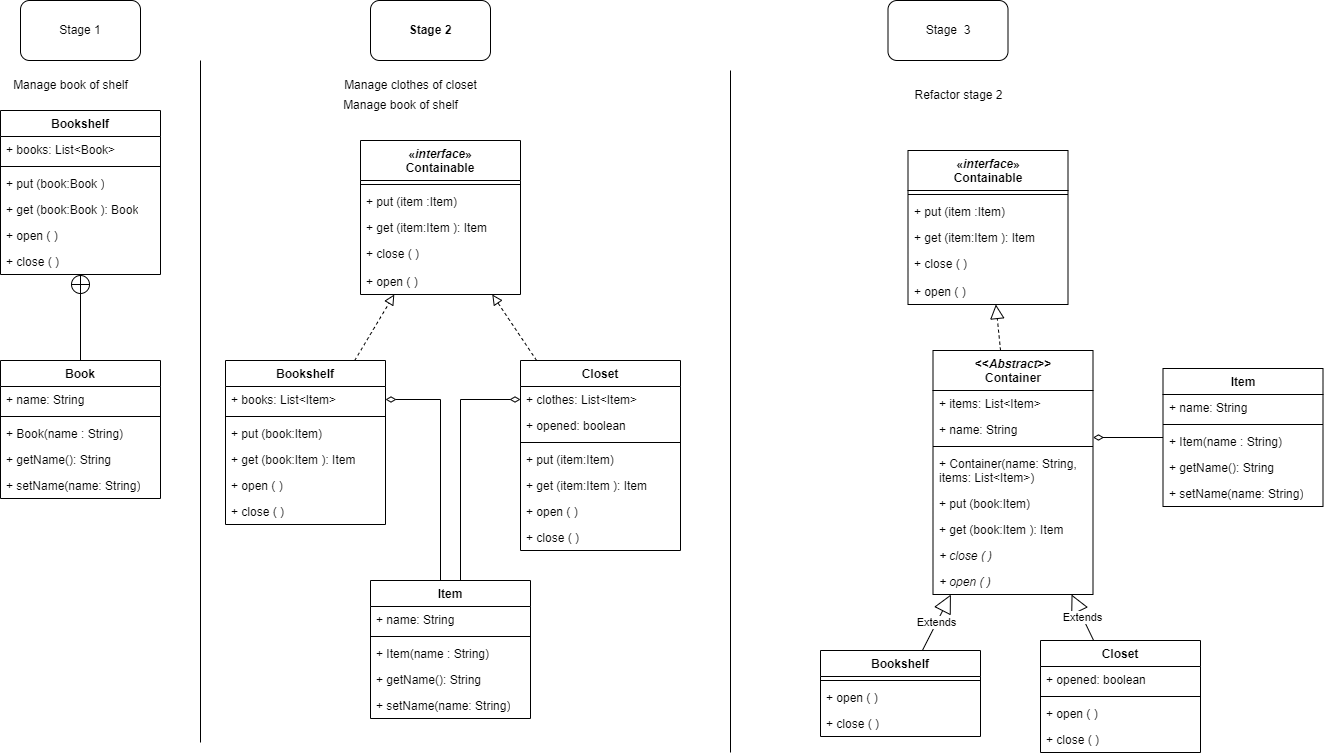
This is documents/images/skeletal_implementation.png from hazoe-dev/samples_effective_java, a draw.io export, as it was before one commit. Source tidied: cells renumbered, new cells last; positions are measured from the earlier drawing's top-left corner, leaving out a move shared by most shapes.
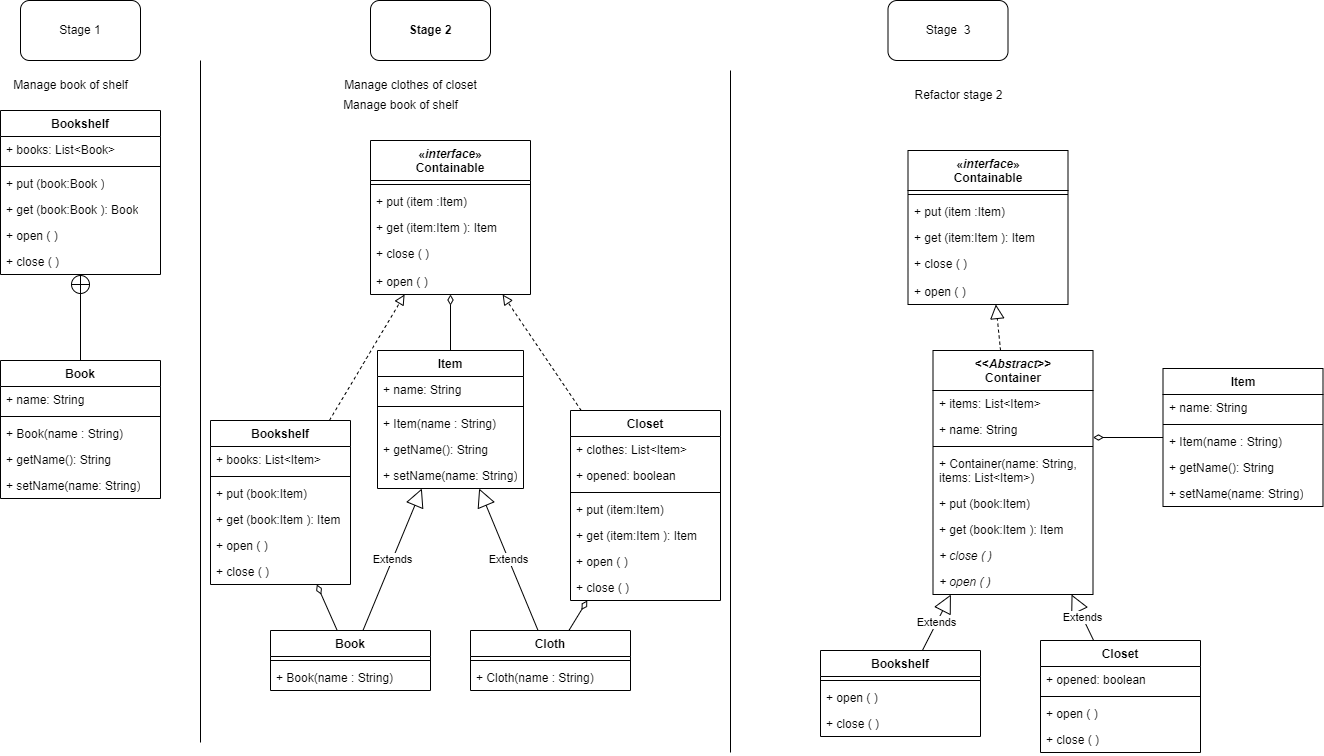
The same file after the commit.

Commit message:
Update diagram for skeletal_implementation.png with Item, Book and Cloth.

Change to the diagram source:
```diff
@@ -51,7 +51,7 @@
       <mxGeometry x="330" y="70" width="160" height="30" as="geometry" />
     </mxCell>
     <mxCell id="18" value="«&lt;i&gt;interface&lt;/i&gt;»&lt;br style=&quot;border-color: var(--border-color); font-weight: 400;&quot;&gt;Containable" style="swimlane;fontStyle=1;align=center;verticalAlign=top;horizontal=1;startSize=40;whiteSpace=wrap;html=1;" parent="1" vertex="1">
-      <mxGeometry x="360" y="140" width="160" height="154" as="geometry" />
+      <mxGeometry x="370" y="140" width="160" height="154" as="geometry" />
     </mxCell>
     <mxCell id="19" style="line;strokeWidth=1;fillColor=none;align=left;verticalAlign=middle;spacingTop=-1;spacingLeft=3;spacingRight=3;labelPosition=right;strokeColor=inherit;" parent="18" vertex="1">
       <mxGeometry y="40" width="160" height="8" as="geometry" />
@@ -69,87 +69,79 @@
       <mxGeometry y="128" width="160" height="26" as="geometry" />
     </mxCell>
     <mxCell id="24" value="Bookshelf" style="swimlane;fontStyle=1;align=center;verticalAlign=top;horizontal=1;startSize=26;whiteSpace=wrap;html=1;" parent="1" vertex="1">
-      <mxGeometry x="225" y="360" width="160" height="164" as="geometry" />
+      <mxGeometry x="210" y="420" width="140" height="164" as="geometry" />
     </mxCell>
     <mxCell id="25" value="+ books: List&amp;lt;Item&amp;gt;" style="text;strokeColor=none;fillColor=none;align=left;verticalAlign=top;spacingLeft=4;spacingRight=4;overflow=hidden;points=[[0,0.5],[1,0.5]];portConstraint=eastwest;whiteSpace=wrap;html=1;" parent="24" vertex="1">
-      <mxGeometry y="26" width="160" height="26" as="geometry" />
+      <mxGeometry y="26" width="140" height="26" as="geometry" />
     </mxCell>
     <mxCell id="26" style="line;strokeWidth=1;fillColor=none;align=left;verticalAlign=middle;spacingTop=-1;spacingLeft=3;spacingRight=3;labelPosition=right;strokeColor=inherit;" parent="24" vertex="1">
-      <mxGeometry y="52" width="160" height="8" as="geometry" />
+      <mxGeometry y="52" width="140" height="8" as="geometry" />
     </mxCell>
     <mxCell id="27" value="+ put (book:Item)" style="text;strokeColor=none;fillColor=none;align=left;verticalAlign=top;spacingLeft=4;spacingRight=4;overflow=hidden;whiteSpace=wrap;html=1;" parent="24" vertex="1">
-      <mxGeometry y="60" width="160" height="26" as="geometry" />
+      <mxGeometry y="60" width="140" height="26" as="geometry" />
     </mxCell>
     <mxCell id="28" value="+ get (book:Item ): Item" style="text;strokeColor=none;fillColor=none;align=left;verticalAlign=top;spacingLeft=4;spacingRight=4;overflow=hidden;whiteSpace=wrap;html=1;" parent="24" vertex="1">
-      <mxGeometry y="86" width="160" height="26" as="geometry" />
+      <mxGeometry y="86" width="140" height="26" as="geometry" />
     </mxCell>
     <mxCell id="29" value="+ open ( )" style="text;strokeColor=none;fillColor=none;align=left;verticalAlign=top;spacingLeft=4;spacingRight=4;overflow=hidden;whiteSpace=wrap;html=1;" parent="24" vertex="1">
-      <mxGeometry y="112" width="160" height="26" as="geometry" />
+      <mxGeometry y="112" width="140" height="26" as="geometry" />
     </mxCell>
     <mxCell id="30" value="+ close ( )" style="text;strokeColor=none;fillColor=none;align=left;verticalAlign=top;spacingLeft=4;spacingRight=4;overflow=hidden;whiteSpace=wrap;html=1;" parent="24" vertex="1">
-      <mxGeometry y="138" width="160" height="26" as="geometry" />
+      <mxGeometry y="138" width="140" height="26" as="geometry" />
     </mxCell>
     <mxCell id="31" value="Item" style="swimlane;fontStyle=1;align=center;verticalAlign=top;horizontal=1;startSize=26;whiteSpace=wrap;html=1;" parent="1" vertex="1">
-      <mxGeometry x="370" y="580" width="160" height="138" as="geometry" />
+      <mxGeometry x="377" y="350" width="146" height="138" as="geometry" />
     </mxCell>
     <mxCell id="32" value="+ name: String" style="text;strokeColor=none;fillColor=none;align=left;verticalAlign=top;spacingLeft=4;spacingRight=4;overflow=hidden;whiteSpace=wrap;html=1;" parent="31" vertex="1">
-      <mxGeometry y="26" width="160" height="26" as="geometry" />
+      <mxGeometry y="26" width="146" height="26" as="geometry" />
     </mxCell>
     <mxCell id="33" style="line;strokeWidth=1;fillColor=none;align=left;verticalAlign=middle;spacingTop=-1;spacingLeft=3;spacingRight=3;labelPosition=right;strokeColor=inherit;" parent="31" vertex="1">
-      <mxGeometry y="52" width="160" height="8" as="geometry" />
+      <mxGeometry y="52" width="146" height="8" as="geometry" />
     </mxCell>
     <mxCell id="34" value="+ Item(name : String)" style="text;strokeColor=none;fillColor=none;align=left;verticalAlign=top;spacingLeft=4;spacingRight=4;overflow=hidden;whiteSpace=wrap;html=1;" parent="31" vertex="1">
-      <mxGeometry y="60" width="160" height="26" as="geometry" />
+      <mxGeometry y="60" width="146" height="26" as="geometry" />
     </mxCell>
     <mxCell id="35" value="+ getName(): String" style="text;strokeColor=none;fillColor=none;align=left;verticalAlign=top;spacingLeft=4;spacingRight=4;overflow=hidden;whiteSpace=wrap;html=1;" parent="31" vertex="1">
-      <mxGeometry y="86" width="160" height="26" as="geometry" />
+      <mxGeometry y="86" width="146" height="26" as="geometry" />
     </mxCell>
     <mxCell id="36" value="+ setName(name: String)" style="text;strokeColor=none;fillColor=none;align=left;verticalAlign=top;spacingLeft=4;spacingRight=4;overflow=hidden;whiteSpace=wrap;html=1;" parent="31" vertex="1">
-      <mxGeometry y="112" width="160" height="26" as="geometry" />
+      <mxGeometry y="112" width="146" height="26" as="geometry" />
     </mxCell>
     <mxCell id="37" style="endArrow=block;startArrow=none;endFill=0;startFill=0;endSize=8;html=1;verticalAlign=bottom;dashed=1;labelBackgroundColor=none;rounded=0;" parent="1" edge="1" source="24" target="18">
       <mxGeometry relative="1" as="geometry" />
     </mxCell>
     <mxCell id="38" value="Closet" style="swimlane;fontStyle=1;align=center;verticalAlign=top;horizontal=1;startSize=26;whiteSpace=wrap;html=1;" parent="1" vertex="1">
-      <mxGeometry x="520" y="360" width="160" height="190" as="geometry" />
+      <mxGeometry x="570" y="410" width="150" height="190" as="geometry" />
     </mxCell>
     <mxCell id="39" value="+ clothes: List&amp;lt;Item&amp;gt;" style="text;strokeColor=none;fillColor=none;align=left;verticalAlign=top;spacingLeft=4;spacingRight=4;overflow=hidden;points=[[0,0.5],[1,0.5]];portConstraint=eastwest;whiteSpace=wrap;html=1;" parent="38" vertex="1">
-      <mxGeometry y="26" width="160" height="26" as="geometry" />
+      <mxGeometry y="26" width="150" height="26" as="geometry" />
     </mxCell>
     <mxCell id="40" value="+ opened: boolean" style="text;strokeColor=none;fillColor=none;align=left;verticalAlign=top;spacingLeft=4;spacingRight=4;overflow=hidden;whiteSpace=wrap;html=1;" parent="38" vertex="1">
-      <mxGeometry y="52" width="160" height="26" as="geometry" />
+      <mxGeometry y="52" width="150" height="26" as="geometry" />
     </mxCell>
     <mxCell id="41" style="line;strokeWidth=1;fillColor=none;align=left;verticalAlign=middle;spacingTop=-1;spacingLeft=3;spacingRight=3;labelPosition=right;strokeColor=inherit;" parent="38" vertex="1">
-      <mxGeometry y="78" width="160" height="8" as="geometry" />
+      <mxGeometry y="78" width="150" height="8" as="geometry" />
     </mxCell>
     <mxCell id="42" value="+ put (item:Item)" style="text;strokeColor=none;fillColor=none;align=left;verticalAlign=top;spacingLeft=4;spacingRight=4;overflow=hidden;whiteSpace=wrap;html=1;" parent="38" vertex="1">
-      <mxGeometry y="86" width="160" height="26" as="geometry" />
+      <mxGeometry y="86" width="150" height="26" as="geometry" />
     </mxCell>
     <mxCell id="43" value="+ get (item:Item ): Item" style="text;strokeColor=none;fillColor=none;align=left;verticalAlign=top;spacingLeft=4;spacingRight=4;overflow=hidden;whiteSpace=wrap;html=1;" parent="38" vertex="1">
-      <mxGeometry y="112" width="160" height="26" as="geometry" />
+      <mxGeometry y="112" width="150" height="26" as="geometry" />
     </mxCell>
     <mxCell id="44" value="+ open ( )" style="text;strokeColor=none;fillColor=none;align=left;verticalAlign=top;spacingLeft=4;spacingRight=4;overflow=hidden;whiteSpace=wrap;html=1;" parent="38" vertex="1">
-      <mxGeometry y="138" width="160" height="26" as="geometry" />
+      <mxGeometry y="138" width="150" height="26" as="geometry" />
     </mxCell>
     <mxCell id="45" value="+ close ( )" style="text;strokeColor=none;fillColor=none;align=left;verticalAlign=top;spacingLeft=4;spacingRight=4;overflow=hidden;whiteSpace=wrap;html=1;" parent="38" vertex="1">
-      <mxGeometry y="164" width="160" height="26" as="geometry" />
+      <mxGeometry y="164" width="150" height="26" as="geometry" />
     </mxCell>
     <mxCell id="46" style="endArrow=block;startArrow=none;endFill=0;startFill=0;endSize=8;html=1;verticalAlign=bottom;dashed=1;labelBackgroundColor=none;rounded=0;" parent="1" edge="1" source="38" target="18">
       <mxGeometry relative="1" as="geometry" />
     </mxCell>
-    <mxCell id="47" style="endArrow=none;startArrow=diamondThin;endFill=0;startFill=0;html=1;verticalAlign=bottom;labelBackgroundColor=none;strokeWidth=1;startSize=8;endSize=8;rounded=0;exitX=1;exitY=0.5;exitDx=0;exitDy=0;edgeStyle=orthogonalEdgeStyle;" parent="1" edge="1" source="25" target="31">
-      <mxGeometry relative="1" as="geometry">
-        <Array as="points">
-          <mxPoint x="440" y="399" />
-        </Array>
-      </mxGeometry>
+    <mxCell id="47" style="endArrow=none;startArrow=diamondThin;endFill=0;startFill=0;html=1;verticalAlign=bottom;labelBackgroundColor=none;strokeWidth=1;startSize=8;endSize=8;rounded=0;entryX=0.5;entryY=0;entryDx=0;entryDy=0;" parent="1" edge="1" source="23" target="31">
+      <mxGeometry relative="1" as="geometry" />
     </mxCell>
-    <mxCell id="48" style="endArrow=none;startArrow=diamondThin;endFill=0;startFill=0;html=1;verticalAlign=bottom;labelBackgroundColor=none;strokeWidth=1;startSize=8;endSize=8;rounded=0;exitX=0;exitY=0.5;exitDx=0;exitDy=0;edgeStyle=orthogonalEdgeStyle;" parent="1" edge="1" source="39" target="31">
-      <mxGeometry relative="1" as="geometry">
-        <Array as="points">
-          <mxPoint x="460" y="399" />
-        </Array>
-      </mxGeometry>
+    <mxCell id="48" style="endArrow=none;startArrow=diamondThin;endFill=0;startFill=0;html=1;verticalAlign=bottom;labelBackgroundColor=none;strokeWidth=1;startSize=8;endSize=8;rounded=0;" parent="1" edge="1" source="38" target="93">
+      <mxGeometry relative="1" as="geometry" />
     </mxCell>
     <mxCell id="49" style="endArrow=none;html=1;rounded=0;" parent="1" edge="1">
       <mxGeometry relative="1" as="geometry">
@@ -282,5 +274,32 @@
     <mxCell id="89" value="Stage&amp;nbsp; 3" style="rounded=1;whiteSpace=wrap;html=1;" parent="1" vertex="1">
       <mxGeometry x="887.5" width="120" height="60" as="geometry" />
     </mxCell>
+    <mxCell id="90" value="Book" style="swimlane;fontStyle=1;align=center;verticalAlign=top;horizontal=1;startSize=26;whiteSpace=wrap;html=1;" parent="1" vertex="1">
+      <mxGeometry x="270" y="630" width="160" height="60" as="geometry" />
+    </mxCell>
+    <mxCell id="91" style="line;strokeWidth=1;fillColor=none;align=left;verticalAlign=middle;spacingTop=-1;spacingLeft=3;spacingRight=3;labelPosition=right;strokeColor=inherit;" parent="90" vertex="1">
+      <mxGeometry y="26" width="160" height="8" as="geometry" />
+    </mxCell>
+    <mxCell id="92" value="+ Book(name : String)" style="text;strokeColor=none;fillColor=none;align=left;verticalAlign=top;spacingLeft=4;spacingRight=4;overflow=hidden;whiteSpace=wrap;html=1;" parent="90" vertex="1">
+      <mxGeometry y="34" width="160" height="26" as="geometry" />
+    </mxCell>
+    <mxCell id="93" value="Cloth" style="swimlane;fontStyle=1;align=center;verticalAlign=top;horizontal=1;startSize=26;whiteSpace=wrap;html=1;" parent="1" vertex="1">
+      <mxGeometry x="470" y="630" width="160" height="60" as="geometry" />
+    </mxCell>
+    <mxCell id="94" style="line;strokeWidth=1;fillColor=none;align=left;verticalAlign=middle;spacingTop=-1;spacingLeft=3;spacingRight=3;labelPosition=right;strokeColor=inherit;" parent="93" vertex="1">
+      <mxGeometry y="26" width="160" height="8" as="geometry" />
+    </mxCell>
+    <mxCell id="95" value="+ Cloth(name : String)" style="text;strokeColor=none;fillColor=none;align=left;verticalAlign=top;spacingLeft=4;spacingRight=4;overflow=hidden;whiteSpace=wrap;html=1;" parent="93" vertex="1">
+      <mxGeometry y="34" width="160" height="26" as="geometry" />
+    </mxCell>
+    <mxCell id="96" style="endArrow=none;startArrow=diamondThin;endFill=0;startFill=0;html=1;verticalAlign=bottom;labelBackgroundColor=none;strokeWidth=1;startSize=8;endSize=8;rounded=0;" parent="1" edge="1" source="24" target="90">
+      <mxGeometry relative="1" as="geometry" />
+    </mxCell>
+    <mxCell id="97" value="Extends" style="endArrow=block;endSize=16;endFill=0;html=1;rounded=0;" parent="1" edge="1" source="90" target="31">
+      <mxGeometry relative="1" as="geometry" />
+    </mxCell>
+    <mxCell id="98" value="Extends" style="endArrow=block;endSize=16;endFill=0;html=1;rounded=0;" parent="1" edge="1" source="93" target="31">
+      <mxGeometry relative="1" as="geometry" />
+    </mxCell>
   </root>
 </mxGraphModel>
```
